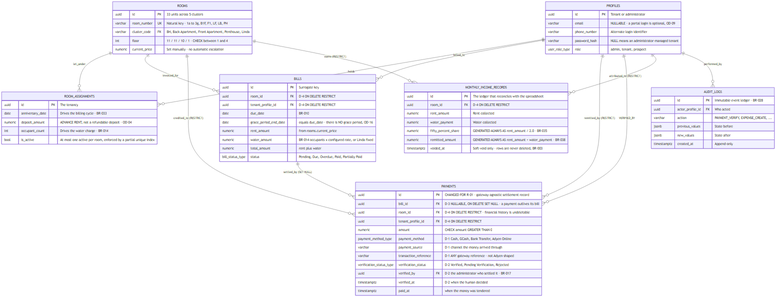
This is docs/diagrams/rendered/hivelet_erd_defense.png from SeanJerve/hivelet, a Mermaid export, as it was before one commit. Its source is kept beside it as docs/diagrams/hivelet_erd_defense.mmd. Source of this version:
```mermaid
erDiagram

    PROFILES                ||--o{ ROOM_ASSIGNMENTS       : "holds"
    ROOMS                   ||--o{ ROOM_ASSIGNMENTS       : "let_under"
    ROOMS                   ||--o{ BILLS                  : "invoiced_for"
    PROFILES                ||--o{ BILLS                  : "billed_to"
    BILLS                   ||--o{ PAYMENTS               : "settled_by  (SET NULL)"
    ROOMS                   ||--o{ PAYMENTS               : "credited_to (RESTRICT)"
    PROFILES                ||--o{ PAYMENTS               : "remitted_by (RESTRICT)"
    PROFILES                ||--o{ PAYMENTS               : "VERIFIED_BY"
    ROOMS                   ||--o{ MONTHLY_INCOME_RECORDS : "earns       (RESTRICT)"
    PROFILES                ||--o{ MONTHLY_INCOME_RECORDS : "attributed_to (RESTRICT)"
    PROFILES                ||--o{ AUDIT_LOGS             : "performed_by"

    PAYMENTS {
        uuid id PK "CHANGED FOR R-01 - gateway-agnostic settlement record"
        uuid bill_id FK "D-3 NULLABLE, ON DELETE SET NULL - a payment outlives its bill"
        uuid room_id FK "D-4 ON DELETE RESTRICT - financial history is undeletable"
        uuid tenant_profile_id FK "D-4 ON DELETE RESTRICT"
        numeric amount "CHECK amount GREATER THAN 0"
        payment_method_type payment_method "D-1 Cash, GCash, Bank Transfer, Adyen Online"
        varchar payment_source "D-1 channel the money arrived through"
        varchar transaction_reference "D-1 ANY gateway reference - not Adyen-shaped"
        verification_status_type verification_status "D-2 Verified, Pending Verification, Rejected"
        uuid verified_by FK "D-2 the administrator who settled it - BR-017"
        timestamptz verified_at "D-2 when the human decided"
        timestamptz paid_at "when the money was tendered"
    }

    BILLS {
        uuid id PK "Surrogate key"
        uuid room_id FK "D-4 ON DELETE RESTRICT"
        uuid tenant_profile_id FK "D-4 ON DELETE RESTRICT"
        date due_date "BR-010"
        date grace_period_end_date "equals due_date - there is NO grace period, OD-16"
        numeric rent_amount "from rooms.current_price"
        numeric water_amount "BR-014 occupants x configured rate, or Linda fixed"
        numeric total_amount "rent plus water"
        bill_status_type status "Pending, Due, Overdue, Paid, Partially Paid"
    }

    MONTHLY_INCOME_RECORDS {
        uuid id PK "The ledger that reconciles with the spreadsheet"
        uuid room_id FK "D-4 ON DELETE RESTRICT"
        numeric rent_amount "Rent collected"
        numeric water_payment "Water collected"
        numeric fifty_percent_share "GENERATED ALWAYS AS rent_amount / 2.0 - BR-035"
        numeric remitted_amount "GENERATED ALWAYS AS rent_amount + water_payment - BR-038"
        timestamptz voided_at "Soft-void only - rows are never deleted, BR-003"
    }

    AUDIT_LOGS {
        uuid id PK "Immutable event ledger - BR-028"
        uuid actor_profile_id FK "Who acted"
        varchar action "PAYMENT_VERIFY, EXPENSE_CREATE, ..."
        jsonb previous_values "State before"
        jsonb new_values "State after"
        timestamptz created_at "Append-only"
    }

    ROOMS {
        uuid id PK "33 units across 5 clusters"
        varchar room_number UK "Natural key - 1a to 3g, B1F, F1, LF, LB, PH"
        varchar cluster_code FK "BH, Back Apartment, Front Apartment, Penthouse, Linda"
        int floor "11 / 11 / 10 / 1 - CHECK between 1 and 4"
        numeric current_price "Set manually - no automatic escalation"
    }

    PROFILES {
        uuid id PK "Tenant or administrator"
        varchar email "NULLABLE - a portal login is optional, OD-09"
        varchar phone_number "Alternate login identifier"
        varchar password_hash "NULL means an administrator-managed tenant"
        user_role_type role "admin, tenant, prospect"
    }

    ROOM_ASSIGNMENTS {
        uuid id PK "The tenancy"
        date anniversary_date "Drives the billing cycle - BR-033"
        numeric deposit_amount "ADVANCE RENT, not a refundable deposit - OD-04"
        int occupant_count "Drives the water charge - BR-014"
        bool is_active "At most one active per room, enforced by a partial unique index"
    }
```
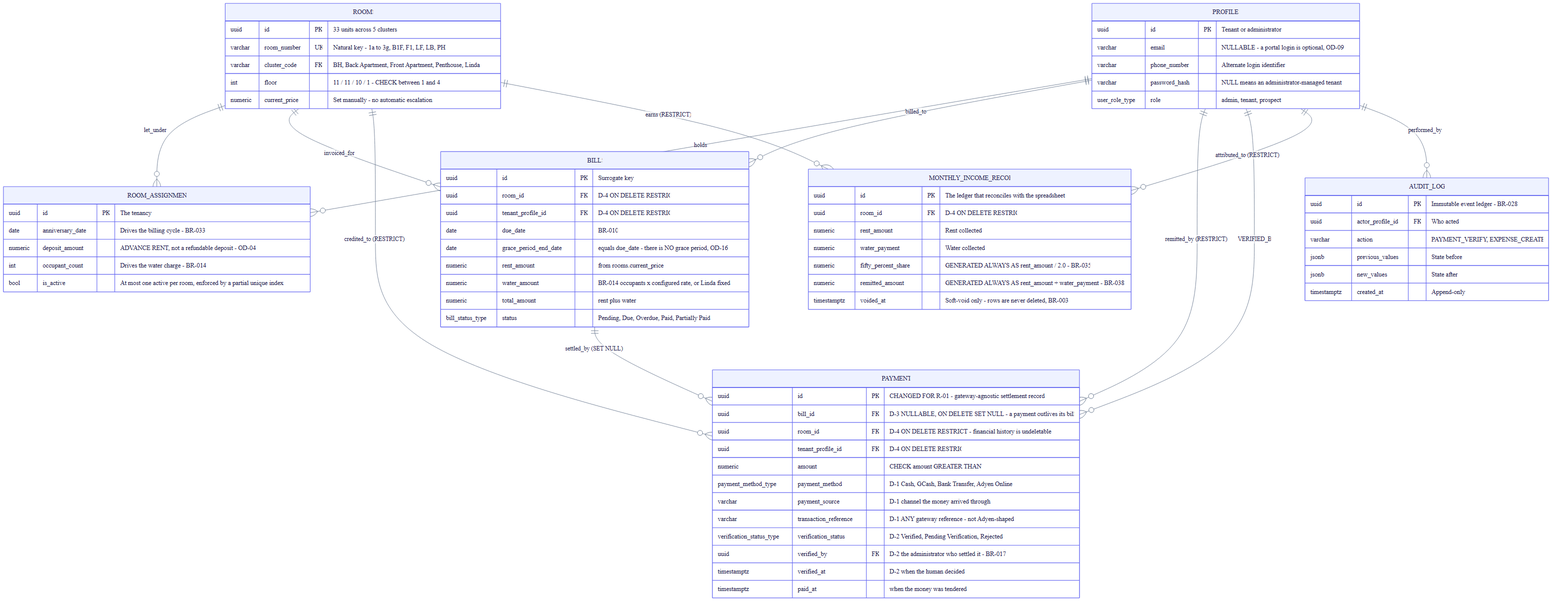
After the commit.

Commit message:
docs(diagrams): paste-ready Mermaid source, themed; explain the DFD change

The edit, as a diff of the source:
```diff
@@ -1,3 +1,4 @@
+%%{init: {'theme':'base','themeVariables':{'fontFamily':'Inter, Segoe UI, Helvetica, sans-serif','fontSize':'15px','primaryColor':'#eef2ff','primaryTextColor':'#1e1b4b','primaryBorderColor':'#6366f1','lineColor':'#64748b','attributeBackgroundColorOdd':'#ffffff','attributeBackgroundColorEven':'#f8fafc'}}}%%
 erDiagram
 
     PROFILES                ||--o{ ROOM_ASSIGNMENTS       : "holds"
```
